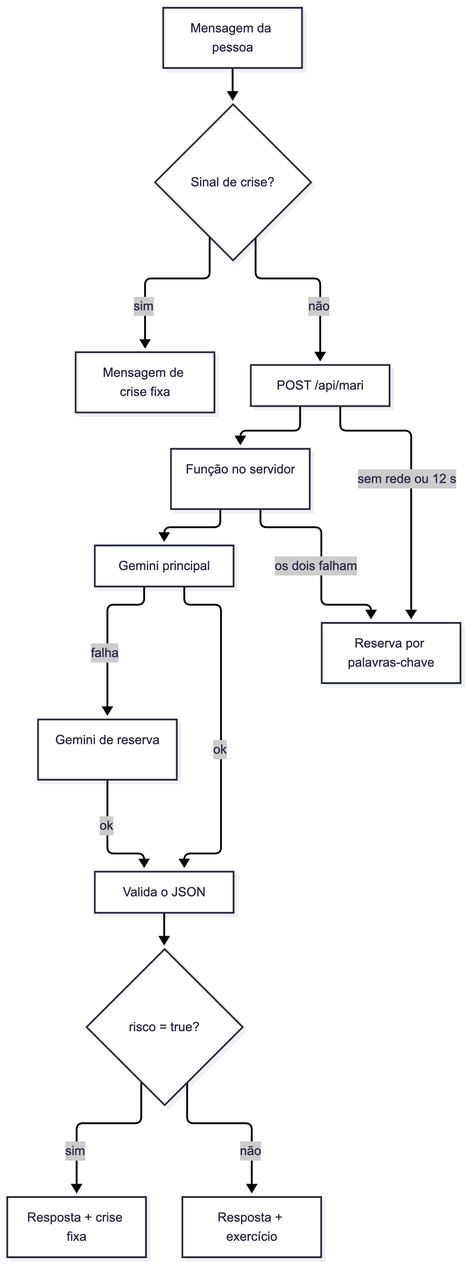
The Mermaid diagram docs/fluxo-mari.png in MERECHIA/mari-assistente, before a commit. Its source is kept beside it as docs/fluxo-mari.mmd. The source it was exported from:
```mermaid
flowchart TD
    A[Mensagem da pessoa] --> B{Risco explícito?}
    B -- sim --> C[Mensagem de crise fixa]
    B -- não --> B2{Expressão ambígua?}
    B2 -- sim --> D2[POST /api/mari com aviso de atenção]
    B2 -- não --> D[POST /api/mari]
    D2 --> E
    D --> E[Função no servidor]
    E --> F[Gemini principal]
    F -- falha --> G[Gemini de reserva]
    F -- ok --> H[Valida o JSON]
    G -- ok --> H
    H --> I{risco = true?}
    I -- sim --> J[Resposta + crise fixa]
    I -- não --> K[Resposta + exercício + apoio do humor]
    E -- os dois falham --> L[Reserva por palavras-chave]
    D -- sem rede ou 12 s --> L
    D2 -- sem rede ou 12 s --> C
```
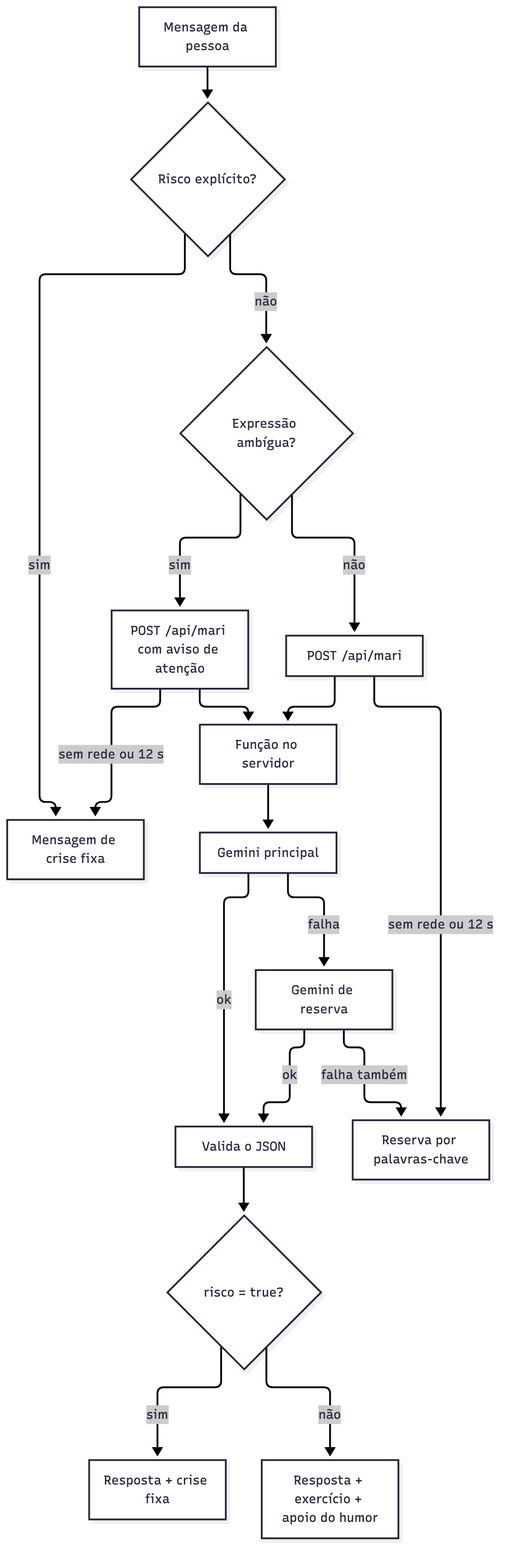
Later version of the same file.

Commit message:
Reorganiza o diagrama de fluxo da Mari para evitar setas cruzadas

A reserva por palavras-chave agora sai do Gemini de reserva, e as rotas
sem rede ou 12 s ficam cada uma do seu lado.

Diff of the diagram source:
```diff
@@ -4,15 +4,15 @@
     B -- não --> B2{Expressão ambígua?}
     B2 -- sim --> D2[POST /api/mari com aviso de atenção]
     B2 -- não --> D[POST /api/mari]
-    D2 --> E
-    D --> E[Função no servidor]
+    D2 -- sem rede ou 12 s --> C
+    D2 --> E[Função no servidor]
+    D --> E
+    D -- sem rede ou 12 s --> L[Reserva por palavras-chave]
     E --> F[Gemini principal]
+    F -- ok --> H[Valida o JSON]
     F -- falha --> G[Gemini de reserva]
-    F -- ok --> H[Valida o JSON]
     G -- ok --> H
+    G -- falha também --> L
     H --> I{risco = true?}
     I -- sim --> J[Resposta + crise fixa]
     I -- não --> K[Resposta + exercício + apoio do humor]
-    E -- os dois falham --> L[Reserva por palavras-chave]
-    D -- sem rede ou 12 s --> L
-    D2 -- sem rede ou 12 s --> C
```
